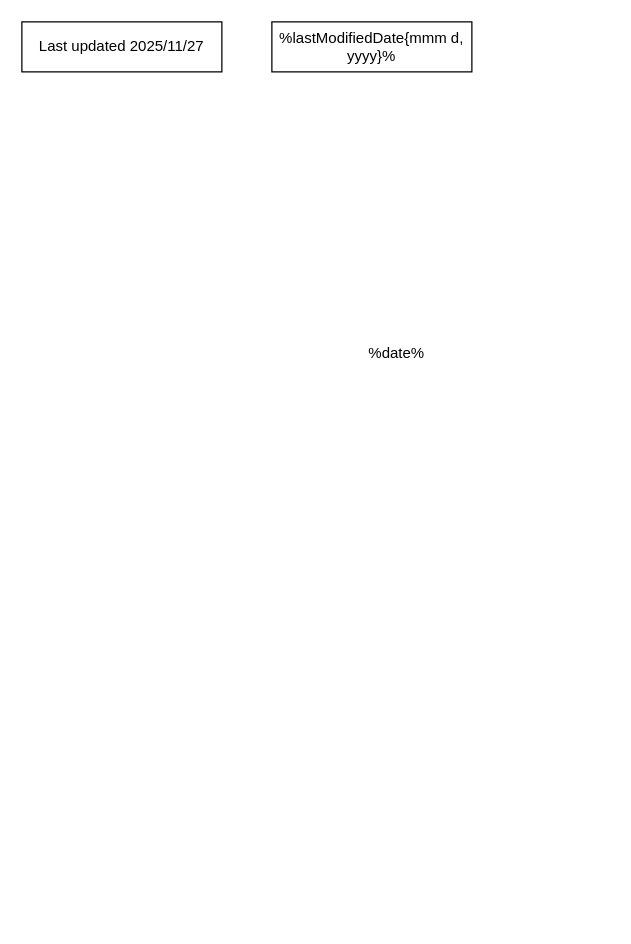
climcity/design keeps this draw.io diagram as page "페이지-1" (2 of 2) of 20241112.drawio. Above is the earlier version. Source tidied: cells renumbered, new cells numbered last; positions are measured from the earlier drawing's top-left corner, leaving out a move shared by most shapes. Both pictures are drawn from the tidied source at 125%, with x=0, y=0 at pixel (21, 21).
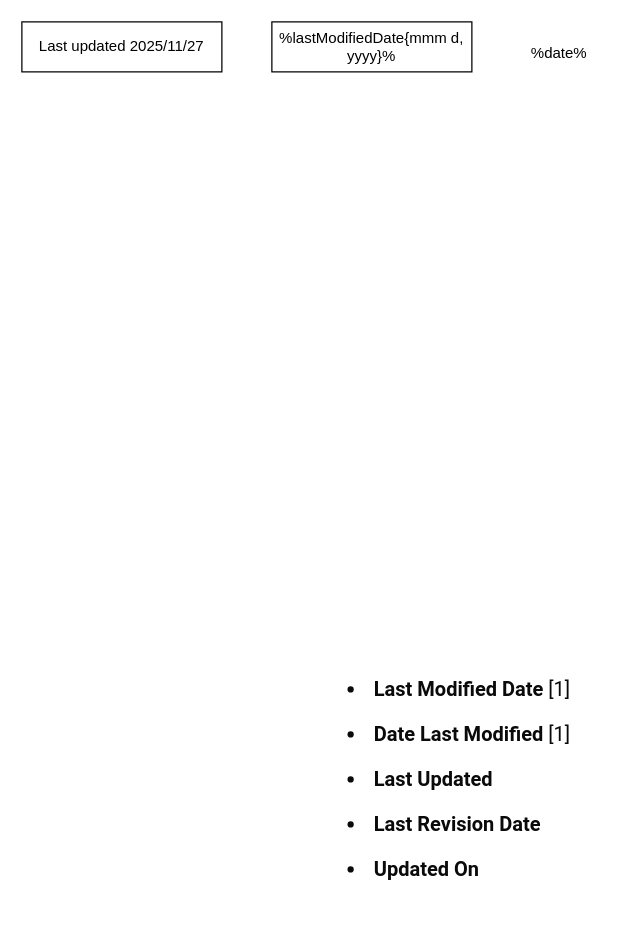
The same diagram, later.

Diff of the diagram source:
```diff
@@
 <mxGraphModel>
   <root>
     <mxCell id="0" />
     <mxCell id="1" parent="0" />
     <mxCell id="2" value="Last updated 2025/11/27" style="rounded=0;whiteSpace=wrap;html=1;fillColor=none;align=center;" parent="1" vertex="1">
       <mxGeometry width="160" height="40" as="geometry" />
     </mxCell>
     <mxCell id="3" value="%lastModifiedDate{mmm d, yyyy}&lt;span style=&quot;background-color: transparent; color: light-dark(rgb(0, 0, 0), rgb(255, 255, 255));&quot;&gt;%&lt;/span&gt;" style="rounded=0;whiteSpace=wrap;html=1;fillColor=none;align=center;" parent="1" vertex="1">
       <mxGeometry x="200" width="160" height="40" as="geometry" />
     </mxCell>
     <mxCell id="4" value="%date%" style="text;html=1;whiteSpace=wrap;strokeColor=none;fillColor=none;align=center;verticalAlign=middle;rounded=0;" parent="1" vertex="1">
-      <mxGeometry x="270" y="250" width="60" height="30" as="geometry" />
+      <mxGeometry x="400" y="10" width="60" height="30" as="geometry" />
     </mxCell>
+    <mxCell id="5" value="&lt;ul class=&quot;KsbFXc U6u95&quot; style=&quot;margin: 16px 0px; padding: 0px; font-family: &amp;quot;Google Sans&amp;quot;, Roboto, Arial, sans-serif; font-size: 16px; line-height: 24px; padding-inline-start: 16px; color: rgb(10, 10, 10); font-style: normal; font-variant-ligatures: normal; font-variant-caps: normal; font-weight: 400; letter-spacing: normal; orphans: 2; text-align: start; text-indent: 0px; text-transform: none; widows: 2; word-spacing: 0px; -webkit-text-stroke-width: 0px; white-space: normal; background-color: rgb(255, 255, 255); text-decoration-thickness: initial; text-decoration-style: initial; text-decoration-color: initial;&quot;&gt;&lt;li style=&quot;margin: 0px 0px 12px; padding: 0px; list-style: disc; padding-inline-start: 4px;&quot;&gt;&lt;span class=&quot;T286Pc&quot; style=&quot;overflow-wrap: break-word;&quot;&gt;&lt;strong class=&quot;Yjhzub&quot; style=&quot;font-weight: 700;&quot;&gt;Last Modified Date&lt;/strong&gt;&lt;span&gt;&amp;nbsp;&lt;/span&gt;[1]&lt;/span&gt;&lt;/li&gt;&lt;li style=&quot;margin: 0px 0px 12px; padding: 0px; list-style: disc; padding-inline-start: 4px;&quot;&gt;&lt;span class=&quot;T286Pc&quot; style=&quot;overflow-wrap: break-word;&quot;&gt;&lt;strong class=&quot;Yjhzub&quot; style=&quot;font-weight: 700;&quot;&gt;Date Last Modified&lt;/strong&gt;&lt;span&gt;&amp;nbsp;&lt;/span&gt;[1]&lt;/span&gt;&lt;/li&gt;&lt;li style=&quot;margin: 0px 0px 12px; padding: 0px; list-style: disc; padding-inline-start: 4px;&quot;&gt;&lt;span class=&quot;T286Pc&quot; style=&quot;overflow-wrap: break-word;&quot;&gt;&lt;strong class=&quot;Yjhzub&quot; style=&quot;font-weight: 700;&quot;&gt;Last Updated&lt;/strong&gt;&lt;/span&gt;&lt;/li&gt;&lt;li style=&quot;margin: 0px 0px 12px; padding: 0px; list-style: disc; padding-inline-start: 4px;&quot;&gt;&lt;span class=&quot;T286Pc&quot; style=&quot;overflow-wrap: break-word;&quot;&gt;&lt;strong class=&quot;Yjhzub&quot; style=&quot;font-weight: 700;&quot;&gt;Last Revision Date&lt;/strong&gt;&lt;/span&gt;&lt;/li&gt;&lt;li style=&quot;margin: 0px 0px 12px; padding: 0px; list-style: disc; padding-inline-start: 4px;&quot;&gt;&lt;span class=&quot;T286Pc&quot; style=&quot;overflow-wrap: break-word;&quot;&gt;&lt;strong class=&quot;Yjhzub&quot; style=&quot;font-weight: 700;&quot;&gt;Updated On&lt;/strong&gt;&lt;/span&gt;&lt;/li&gt;&lt;/ul&gt;" style="text;whiteSpace=wrap;html=1;" parent="1" vertex="1">
+      <mxGeometry x="260" y="500" width="210" height="220" as="geometry" />
+    </mxCell>
   </root>
 </mxGraphModel>
```
